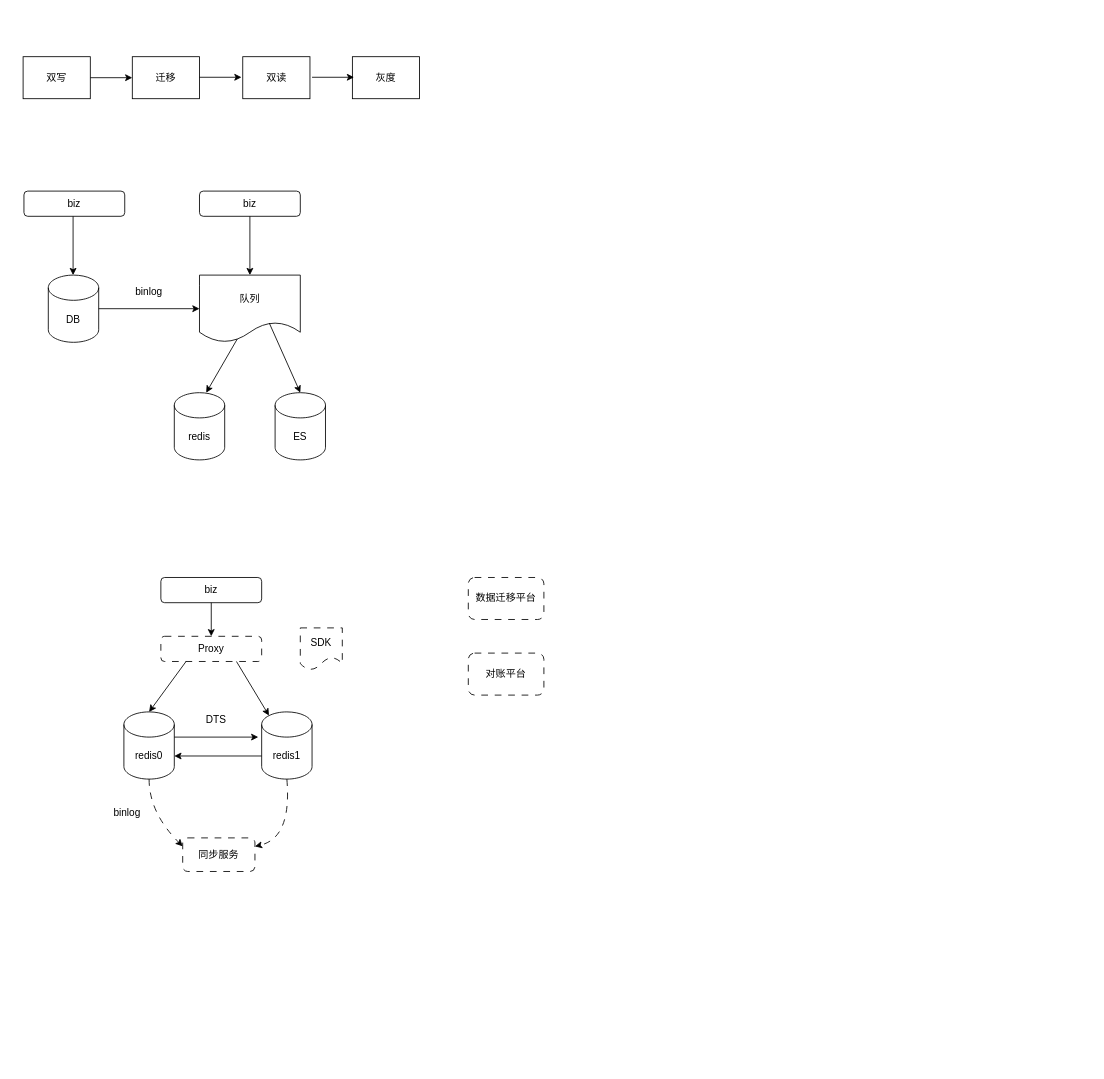
Earlier version of the draw.io diagram arch/通用迁移方案.drawio (melonshell/draw.io). Source tidied: cells renumbered, new cells numbered last; positions are measured from the earlier drawing's top-left corner, leaving out a move shared by most shapes. Both pictures are drawn from the tidied source at 84%, with x=0, y=0 at pixel (23, 56).
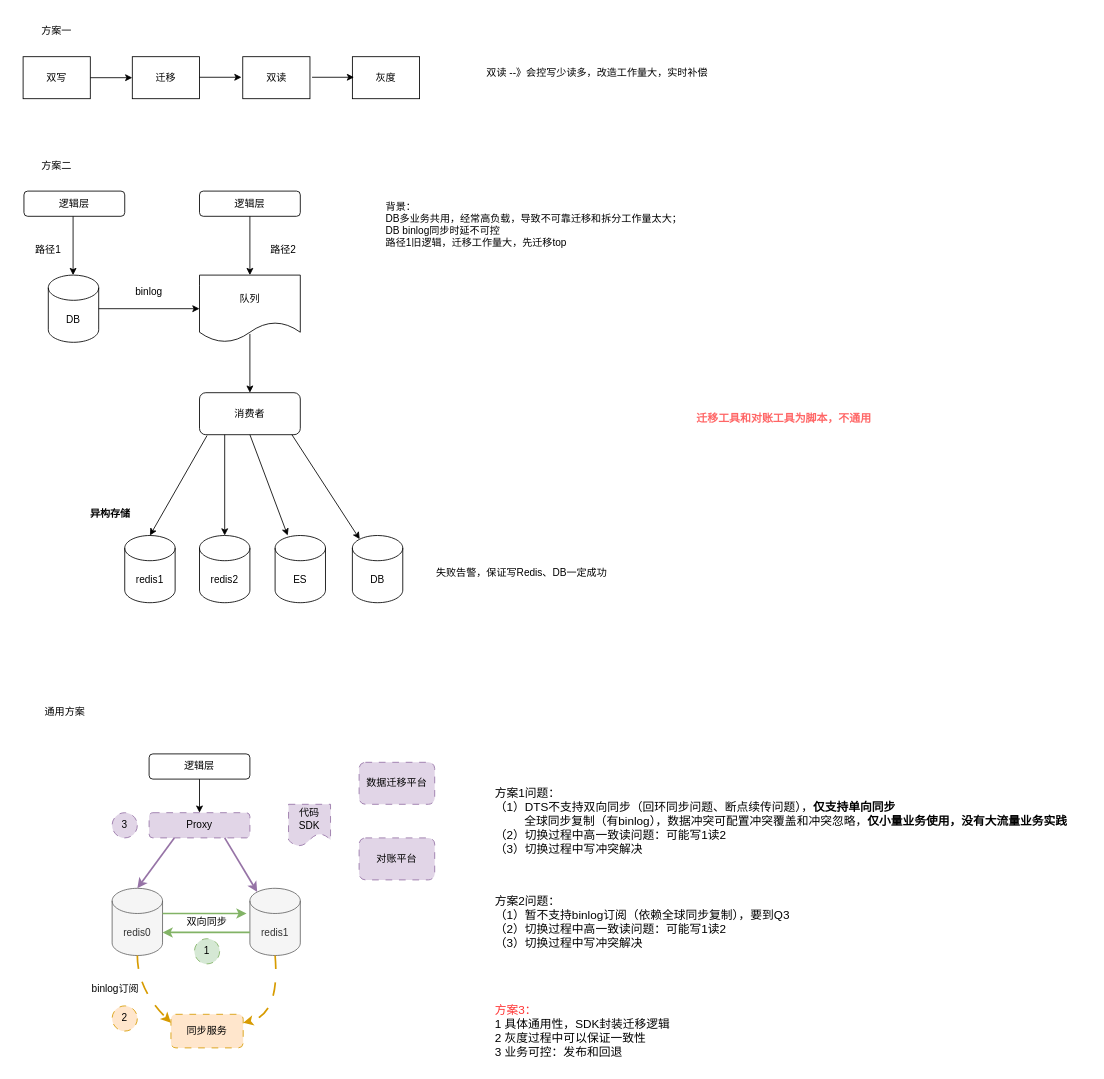
After the change.

Commit message:
更新通用迁移方案.drawio

Unchanged cells that the change refers to:
```xml
<mxCell id="12" value="队列" style="shape=document;whiteSpace=wrap;html=1;boundedLbl=1;fillColor=none;" parent="1" vertex="1">
  <mxGeometry x="210" y="260" width="120" height="80" as="geometry" />
</mxCell>
```

Change to the diagram source:
```diff
@@
-    <mxCell id="6" value="biz" style="rounded=1;whiteSpace=wrap;html=1;fillColor=none;" parent="1" vertex="1">
+    <mxCell id="6" value="逻辑层" style="rounded=1;whiteSpace=wrap;html=1;fillColor=none;" parent="1" vertex="1">
       <mxGeometry x="210" y="160" width="120" height="30" as="geometry" />
     </mxCell>
@@
-    <mxCell id="15" value="biz" style="rounded=1;whiteSpace=wrap;html=1;fillColor=none;" parent="1" vertex="1">
+    <mxCell id="15" value="逻辑层" style="rounded=1;whiteSpace=wrap;html=1;fillColor=none;" parent="1" vertex="1">
       <mxGeometry x="1" y="160" width="120" height="30" as="geometry" />
     </mxCell>
@@
-    <mxCell id="17" value="redis" style="shape=cylinder3;whiteSpace=wrap;html=1;boundedLbl=1;backgroundOutline=1;size=15;fillColor=none;" parent="1" vertex="1">
-      <mxGeometry x="180" y="400" width="60" height="80" as="geometry" />
+    <mxCell id="17" value="redis1" style="shape=cylinder3;whiteSpace=wrap;html=1;boundedLbl=1;backgroundOutline=1;size=15;fillColor=none;" parent="1" vertex="1">
+      <mxGeometry x="121" y="570" width="60" height="80" as="geometry" />
     </mxCell>
     <mxCell id="18" value="ES" style="shape=cylinder3;whiteSpace=wrap;html=1;boundedLbl=1;backgroundOutline=1;size=15;fillColor=none;" parent="1" vertex="1">
-      <mxGeometry x="300" y="400" width="60" height="80" as="geometry" />
+      <mxGeometry x="300" y="570" width="60" height="80" as="geometry" />
     </mxCell>
-    <mxCell id="19" style="endArrow=classic;html=1;rounded=0;entryX=0.633;entryY=0;entryDx=0;entryDy=0;entryPerimeter=0;exitX=0.375;exitY=0.95;exitDx=0;exitDy=0;exitPerimeter=0;" parent="1" edge="1" source="12" target="17">
-      <mxGeometry relative="1" as="geometry" />
-    </mxCell>
-    <mxCell id="20" style="endArrow=classic;html=1;rounded=0;exitX=0.692;exitY=0.713;exitDx=0;exitDy=0;exitPerimeter=0;entryX=0.5;entryY=0;entryDx=0;entryDy=0;entryPerimeter=0;" parent="1" edge="1" source="12" target="18">
-      <mxGeometry relative="1" as="geometry" />
-    </mxCell>
-    <mxCell id="21" value="redis0" style="shape=cylinder3;whiteSpace=wrap;html=1;boundedLbl=1;backgroundOutline=1;size=15;fillColor=none;" parent="1" vertex="1">
-      <mxGeometry x="120" y="780" width="60" height="80" as="geometry" />
+    <mxCell id="21" value="redis0" style="shape=cylinder3;whiteSpace=wrap;html=1;boundedLbl=1;backgroundOutline=1;size=15;fillColor=#f5f5f5;fontColor=#333333;strokeColor=#666666;" parent="1" vertex="1">
+      <mxGeometry x="106" y="990" width="60" height="80" as="geometry" />
     </mxCell>
-    <mxCell id="22" value="redis1" style="shape=cylinder3;whiteSpace=wrap;html=1;boundedLbl=1;backgroundOutline=1;size=15;fillColor=none;" parent="1" vertex="1">
-      <mxGeometry x="284" y="780" width="60" height="80" as="geometry" />
+    <mxCell id="22" value="redis1" style="shape=cylinder3;whiteSpace=wrap;html=1;boundedLbl=1;backgroundOutline=1;size=15;fillColor=#f5f5f5;fontColor=#333333;strokeColor=#666666;" parent="1" vertex="1">
+      <mxGeometry x="270" y="990" width="60" height="80" as="geometry" />
     </mxCell>
-    <mxCell id="23" value="biz" style="rounded=1;whiteSpace=wrap;html=1;fillColor=none;" parent="1" vertex="1">
-      <mxGeometry x="164" y="620" width="120" height="30" as="geometry" />
+    <mxCell id="23" value="逻辑层" style="rounded=1;whiteSpace=wrap;html=1;fillColor=none;" parent="1" vertex="1">
+      <mxGeometry x="150" y="830" width="120" height="30" as="geometry" />
     </mxCell>
-    <mxCell id="24" value="Proxy" style="rounded=1;whiteSpace=wrap;html=1;fillColor=none;dashed=1;dashPattern=8 8;" parent="1" vertex="1">
-      <mxGeometry x="164" y="690" width="120" height="30" as="geometry" />
+    <mxCell id="24" value="Proxy" style="rounded=1;whiteSpace=wrap;html=1;fillColor=#e1d5e7;dashed=1;dashPattern=8 8;strokeColor=#9673a6;" parent="1" vertex="1">
+      <mxGeometry x="150" y="900" width="120" height="30" as="geometry" />
     </mxCell>
@@
-    <mxCell id="26" style="endArrow=classic;html=1;rounded=0;exitX=0.25;exitY=1;exitDx=0;exitDy=0;entryX=0.5;entryY=0;entryDx=0;entryDy=0;entryPerimeter=0;" parent="1" edge="1" source="24" target="21">
+    <mxCell id="26" style="endArrow=classic;html=1;rounded=0;exitX=0.25;exitY=1;exitDx=0;exitDy=0;entryX=0.5;entryY=0;entryDx=0;entryDy=0;entryPerimeter=0;strokeWidth=2;fillColor=#e1d5e7;strokeColor=#9673a6;" parent="1" edge="1" source="24" target="21">
       <mxGeometry relative="1" as="geometry" />
     </mxCell>
-    <mxCell id="27" style="endArrow=classic;html=1;rounded=0;exitX=0.75;exitY=1;exitDx=0;exitDy=0;entryX=0.145;entryY=0;entryDx=0;entryDy=4.35;entryPerimeter=0;" parent="1" edge="1" source="24" target="22">
+    <mxCell id="27" style="endArrow=classic;html=1;rounded=0;exitX=0.75;exitY=1;exitDx=0;exitDy=0;entryX=0.145;entryY=0;entryDx=0;entryDy=4.35;entryPerimeter=0;strokeWidth=2;fillColor=#e1d5e7;strokeColor=#9673a6;" parent="1" edge="1" source="24" target="22">
       <mxGeometry relative="1" as="geometry" />
     </mxCell>
-    <mxCell id="28" value="SDK" style="shape=document;whiteSpace=wrap;html=1;boundedLbl=1;dashed=1;dashPattern=8 8;fillColor=none;" parent="1" vertex="1">
-      <mxGeometry x="330" y="680" width="50" height="50" as="geometry" />
+    <mxCell id="28" value="代码SDK" style="shape=document;whiteSpace=wrap;html=1;boundedLbl=1;dashed=1;dashPattern=8 8;fillColor=#e1d5e7;strokeColor=#9673a6;" parent="1" vertex="1">
+      <mxGeometry x="316" y="890" width="50" height="50" as="geometry" />
     </mxCell>
-    <mxCell id="29" style="endArrow=classic;html=1;rounded=0;" parent="1" edge="1">
+    <mxCell id="29" style="endArrow=classic;html=1;rounded=0;strokeWidth=2;fillColor=#d5e8d4;strokeColor=#82b366;" parent="1" edge="1">
       <mxGeometry relative="1" as="geometry">
-        <mxPoint x="180" y="810" as="sourcePoint" />
-        <mxPoint x="280" y="810" as="targetPoint" />
+        <mxPoint x="166" y="1020" as="sourcePoint" />
+        <mxPoint x="266" y="1020" as="targetPoint" />
       </mxGeometry>
     </mxCell>
-    <mxCell id="30" style="endArrow=classic;html=1;rounded=0;exitX=0;exitY=0;exitDx=0;exitDy=52.5;exitPerimeter=0;entryX=1;entryY=0;entryDx=0;entryDy=52.5;entryPerimeter=0;" parent="1" edge="1" source="22" target="21">
+    <mxCell id="30" style="endArrow=classic;html=1;rounded=0;exitX=0;exitY=0;exitDx=0;exitDy=52.5;exitPerimeter=0;entryX=1;entryY=0;entryDx=0;entryDy=52.5;entryPerimeter=0;strokeWidth=2;fillColor=#d5e8d4;strokeColor=#82b366;" parent="1" edge="1" source="22" target="21">
       <mxGeometry relative="1" as="geometry" />
     </mxCell>
-    <mxCell id="31" value="同步服务" style="rounded=1;whiteSpace=wrap;html=1;dashed=1;dashPattern=8 8;fillColor=none;" parent="1" vertex="1">
-      <mxGeometry x="190" y="930" width="86" height="40" as="geometry" />
+    <mxCell id="31" value="同步服务" style="rounded=1;whiteSpace=wrap;html=1;dashed=1;dashPattern=8 8;fillColor=#ffe6cc;strokeColor=#d79b00;" parent="1" vertex="1">
+      <mxGeometry x="176" y="1140" width="86" height="40" as="geometry" />
     </mxCell>
-    <mxCell id="32" style="curved=1;endArrow=classic;html=1;rounded=0;exitX=0.5;exitY=1;exitDx=0;exitDy=0;exitPerimeter=0;entryX=0;entryY=0.25;entryDx=0;entryDy=0;dashed=1;dashPattern=8 8;" parent="1" edge="1" source="21" target="31">
+    <mxCell id="32" style="curved=1;endArrow=classic;html=1;rounded=0;exitX=0.5;exitY=1;exitDx=0;exitDy=0;exitPerimeter=0;entryX=0;entryY=0.25;entryDx=0;entryDy=0;dashed=1;dashPattern=8 8;strokeWidth=2;fillColor=#ffe6cc;strokeColor=#d79b00;" parent="1" edge="1" source="21" target="31">
       <mxGeometry relative="1" as="geometry">
         <Array as="points">
-          <mxPoint x="150" y="900" />
+          <mxPoint x="136" y="1110" />
         </Array>
       </mxGeometry>
     </mxCell>
-    <mxCell id="33" style="curved=1;endArrow=classic;html=1;rounded=0;exitX=0.5;exitY=1;exitDx=0;exitDy=0;exitPerimeter=0;dashed=1;dashPattern=8 8;" parent="1" edge="1" source="22" target="31">
+    <mxCell id="33" style="curved=1;endArrow=classic;html=1;rounded=0;exitX=0.5;exitY=1;exitDx=0;exitDy=0;exitPerimeter=0;dashed=1;dashPattern=8 8;fillColor=#ffe6cc;strokeColor=#d79b00;strokeWidth=2;" parent="1" edge="1" source="22" target="31">
       <mxGeometry relative="1" as="geometry">
         <Array as="points">
-          <mxPoint x="320" y="930" />
+          <mxPoint x="306" y="1140" />
         </Array>
       </mxGeometry>
     </mxCell>
-    <mxCell id="34" value="binlog" style="rounded=0;whiteSpace=wrap;html=1;fillColor=none;strokeColor=none;" parent="1" vertex="1">
-      <mxGeometry x="84" y="880" width="80" height="40" as="geometry" />
+    <mxCell id="34" value="binlog订阅" style="rounded=0;whiteSpace=wrap;html=1;fillColor=none;strokeColor=none;" parent="1" vertex="1">
+      <mxGeometry x="70" y="1090" width="80" height="40" as="geometry" />
     </mxCell>
-    <mxCell id="35" value="数据迁移平台" style="rounded=1;whiteSpace=wrap;html=1;dashed=1;dashPattern=8 8;fillColor=none;" parent="1" vertex="1">
-      <mxGeometry x="530" y="620" width="90" height="50" as="geometry" />
+    <mxCell id="35" value="数据迁移平台" style="rounded=1;whiteSpace=wrap;html=1;dashed=1;dashPattern=8 8;fillColor=#e1d5e7;strokeColor=#9673a6;" parent="1" vertex="1">
+      <mxGeometry x="400" y="840" width="90" height="50" as="geometry" />
     </mxCell>
-    <mxCell id="36" value="对账平台" style="rounded=1;whiteSpace=wrap;html=1;dashed=1;dashPattern=8 8;fillColor=none;" parent="1" vertex="1">
-      <mxGeometry x="530" y="710" width="90" height="50" as="geometry" />
+    <mxCell id="36" value="对账平台" style="rounded=1;whiteSpace=wrap;html=1;dashed=1;dashPattern=8 8;fillColor=#e1d5e7;strokeColor=#9673a6;" parent="1" vertex="1">
+      <mxGeometry x="400" y="930" width="90" height="50" as="geometry" />
     </mxCell>
-    <mxCell id="37" value="DTS" style="rounded=0;whiteSpace=wrap;html=1;fillColor=none;strokeColor=none;" parent="1" vertex="1">
-      <mxGeometry x="190" y="770" width="80" height="40" as="geometry" />
+    <mxCell id="37" value="双向同步" style="rounded=0;whiteSpace=wrap;html=1;fillColor=none;strokeColor=none;" parent="1" vertex="1">
+      <mxGeometry x="179" y="1010" width="80" height="40" as="geometry" />
     </mxCell>
+    <mxCell id="38" value="方案一" style="rounded=0;whiteSpace=wrap;html=1;fillColor=none;strokeColor=none;" parent="1" vertex="1">
+      <mxGeometry y="-50" width="80" height="40" as="geometry" />
+    </mxCell>
+    <mxCell id="39" value="方案二" style="rounded=0;whiteSpace=wrap;html=1;fillColor=none;strokeColor=none;" parent="1" vertex="1">
+      <mxGeometry y="110" width="80" height="40" as="geometry" />
+    </mxCell>
+    <mxCell id="40" value="redis2" style="shape=cylinder3;whiteSpace=wrap;html=1;boundedLbl=1;backgroundOutline=1;size=15;fillColor=none;" parent="1" vertex="1">
+      <mxGeometry x="210" y="570" width="60" height="80" as="geometry" />
+    </mxCell>
+    <mxCell id="41" value="DB" style="shape=cylinder3;whiteSpace=wrap;html=1;boundedLbl=1;backgroundOutline=1;size=15;fillColor=none;" parent="1" vertex="1">
+      <mxGeometry x="392" y="570" width="60" height="80" as="geometry" />
+    </mxCell>
+    <mxCell id="42" value="路径1" style="rounded=0;whiteSpace=wrap;html=1;fillColor=none;strokeColor=none;" parent="1" vertex="1">
+      <mxGeometry x="-10" y="210" width="80" height="40" as="geometry" />
+    </mxCell>
+    <mxCell id="43" value="路径2" style="rounded=0;whiteSpace=wrap;html=1;fillColor=none;strokeColor=none;" parent="1" vertex="1">
+      <mxGeometry x="270" y="210" width="80" height="40" as="geometry" />
+    </mxCell>
+    <mxCell id="44" value="背景：&lt;br&gt;DB多业务共用，经常高负载，导致不可靠迁移和拆分工作量太大；&lt;br&gt;DB binlog同步时延不可控&lt;br&gt;路径1旧逻辑，迁移工作量大，先迁移top&lt;br&gt;" style="rounded=0;whiteSpace=wrap;html=1;fillColor=none;strokeColor=none;align=left;" parent="1" vertex="1">
+      <mxGeometry x="430" y="160" width="390" height="80" as="geometry" />
+    </mxCell>
+    <mxCell id="45" value="失败告警，保证写Redis、DB一定成功" style="rounded=0;whiteSpace=wrap;html=1;fillColor=none;strokeColor=none;align=left;" parent="1" vertex="1">
+      <mxGeometry x="490" y="590" width="230" height="50" as="geometry" />
+    </mxCell>
+    <mxCell id="46" value="通用方案" style="rounded=0;whiteSpace=wrap;html=1;fillColor=none;strokeColor=none;" parent="1" vertex="1">
+      <mxGeometry x="10" y="760" width="80" height="40" as="geometry" />
+    </mxCell>
+    <mxCell id="47" value="1" style="ellipse;whiteSpace=wrap;html=1;dashed=1;dashPattern=8 8;fillColor=#d5e8d4;strokeColor=#82b366;" parent="1" vertex="1">
+      <mxGeometry x="204" y="1050" width="30" height="30" as="geometry" />
+    </mxCell>
+    <mxCell id="48" value="2" style="ellipse;whiteSpace=wrap;html=1;dashed=1;dashPattern=8 8;fillColor=#ffe6cc;strokeColor=#d79b00;" parent="1" vertex="1">
+      <mxGeometry x="106" y="1130" width="30" height="30" as="geometry" />
+    </mxCell>
+    <mxCell id="49" value="3" style="ellipse;whiteSpace=wrap;html=1;dashed=1;dashPattern=8 8;fillColor=#e1d5e7;strokeColor=#9673a6;" parent="1" vertex="1">
+      <mxGeometry x="106" y="900" width="30" height="30" as="geometry" />
+    </mxCell>
+    <mxCell id="50" value="消费者" style="rounded=1;whiteSpace=wrap;html=1;fillColor=none;" parent="1" vertex="1">
+      <mxGeometry x="210" y="400" width="120" height="50" as="geometry" />
+    </mxCell>
+    <mxCell id="51" style="endArrow=classic;html=1;rounded=0;strokeWidth=1;" parent="1" edge="1" target="50">
+      <mxGeometry relative="1" as="geometry">
+        <mxPoint x="270" y="330" as="sourcePoint" />
+      </mxGeometry>
+    </mxCell>
+    <mxCell id="52" style="endArrow=classic;html=1;rounded=0;strokeWidth=1;entryX=0.5;entryY=0;entryDx=0;entryDy=0;entryPerimeter=0;exitX=0.075;exitY=1.02;exitDx=0;exitDy=0;exitPerimeter=0;" parent="1" edge="1" source="50" target="17">
+      <mxGeometry relative="1" as="geometry" />
+    </mxCell>
+    <mxCell id="53" style="endArrow=classic;html=1;rounded=0;strokeWidth=1;exitX=0.25;exitY=1;exitDx=0;exitDy=0;" parent="1" edge="1" source="50" target="40">
+      <mxGeometry relative="1" as="geometry" />
+    </mxCell>
+    <mxCell id="54" style="endArrow=classic;html=1;rounded=0;strokeWidth=1;exitX=0.5;exitY=1;exitDx=0;exitDy=0;" parent="1" edge="1" source="50" target="18">
+      <mxGeometry relative="1" as="geometry" />
+    </mxCell>
+    <mxCell id="55" style="endArrow=classic;html=1;rounded=0;strokeWidth=1;entryX=0.145;entryY=0;entryDx=0;entryDy=4.35;entryPerimeter=0;" parent="1" edge="1" target="41">
+      <mxGeometry relative="1" as="geometry">
+        <mxPoint x="320" y="450" as="sourcePoint" />
+      </mxGeometry>
+    </mxCell>
+    <mxCell id="56" value="&lt;font style=&quot;font-size: 14px;&quot;&gt;方案1问题：&lt;br&gt;（1）DTS不支持双向同步（回环同步问题、断点续传问题），&lt;b&gt;仅支持单向同步&lt;/b&gt;&lt;br&gt;&amp;nbsp; &amp;nbsp; &amp;nbsp; &amp;nbsp; &amp;nbsp;全球同步复制（有binlog），数据冲突可配置冲突覆盖和冲突忽略，&lt;b&gt;仅小量业务使用，没有大流量业务实践&lt;/b&gt;&lt;br&gt;（2）切换过程中高一致读问题：可能写1读2&lt;br&gt;（3）切换过程中写冲突解决&lt;/font&gt;" style="rounded=0;whiteSpace=wrap;html=1;fillColor=none;strokeColor=none;align=left;" parent="1" vertex="1">
+      <mxGeometry x="560" y="860" width="710" height="100" as="geometry" />
+    </mxCell>
+    <mxCell id="57" value="&lt;font style=&quot;font-size: 14px;&quot;&gt;方案2问题：&lt;br&gt;（1）暂不支持binlog订阅（依赖全球同步复制），要到Q3&lt;br&gt;（2）切换过程中高一致读问题：可能写1读2&lt;br&gt;（3）切换过程中写冲突解决&lt;/font&gt;" style="rounded=0;whiteSpace=wrap;html=1;fillColor=none;strokeColor=none;align=left;" parent="1" vertex="1">
+      <mxGeometry x="560" y="990" width="370" height="80" as="geometry" />
+    </mxCell>
+    <mxCell id="58" value="双读 --》会控写少读多，改造工作量大，实时补偿" style="rounded=0;whiteSpace=wrap;html=1;fillColor=none;strokeColor=none;align=left;" parent="1" vertex="1">
+      <mxGeometry x="550" y="-20" width="310" height="80" as="geometry" />
+    </mxCell>
+    <mxCell id="59" value="&lt;font color=&quot;#ff6666&quot; style=&quot;font-size: 13px;&quot;&gt;&lt;b style=&quot;&quot;&gt;迁移工具和对账工具为脚本，不通用&lt;/b&gt;&lt;/font&gt;" style="rounded=0;whiteSpace=wrap;html=1;fillColor=none;strokeColor=none;align=left;" parent="1" vertex="1">
+      <mxGeometry x="800" y="390" width="229" height="80" as="geometry" />
+    </mxCell>
+    <mxCell id="60" value="&lt;b&gt;异构存储&lt;/b&gt;" style="rounded=0;whiteSpace=wrap;html=1;fillColor=none;strokeColor=none;align=left;" parent="1" vertex="1">
+      <mxGeometry x="78" y="520" width="64" height="50" as="geometry" />
+    </mxCell>
+    <mxCell id="61" value="&lt;font style=&quot;font-size: 14px;&quot;&gt;&lt;font color=&quot;#ff3333&quot;&gt;方案3：&lt;br&gt;&lt;/font&gt;1 具体通用性，SDK封装迁移逻辑&lt;br&gt;2 灰度过程中可以保证一致性&lt;br&gt;3 业务可控：发布和回退&lt;br&gt;&lt;/font&gt;" style="rounded=0;whiteSpace=wrap;html=1;fillColor=none;strokeColor=none;align=left;" parent="1" vertex="1">
+      <mxGeometry x="560" y="1120" width="370" height="80" as="geometry" />
+    </mxCell>
```
